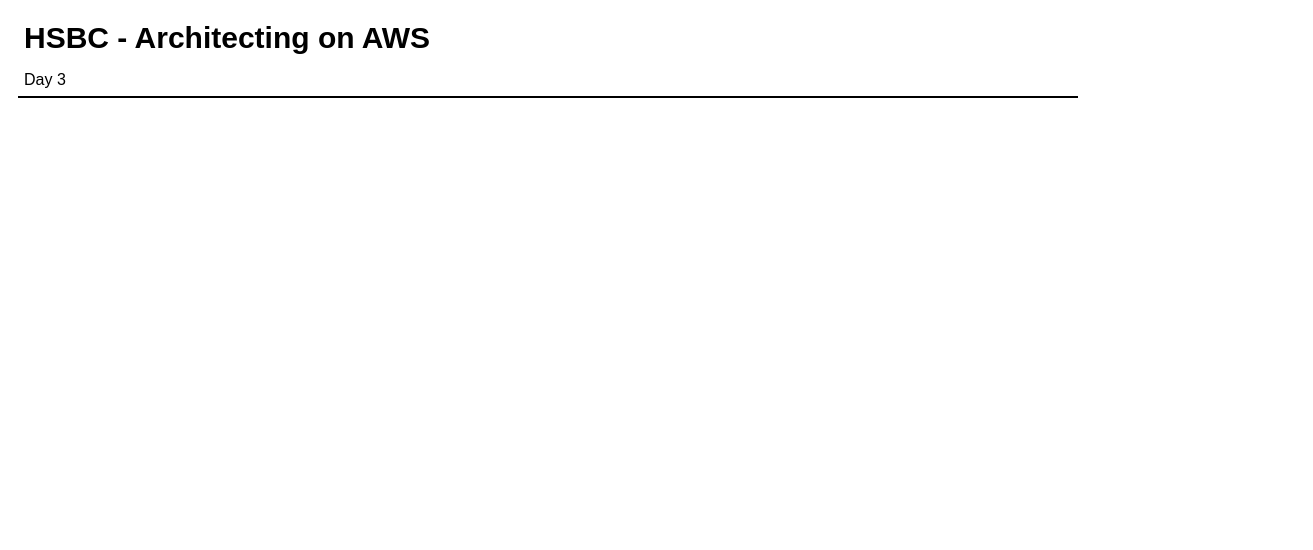
Before: page "Copy of Copy of Copy of Page-2" (5 of 8) of hsbc-day3.drawio in taupoali/awsdiagrams, a draw.io diagram. Source tidied: cells renumbered, new cells numbered last; positions are measured from the earlier drawing's top-left corner, leaving out a move shared by most shapes. Both pictures are drawn from the tidied source at 100%, with x=0, y=0 at pixel (17, 16).
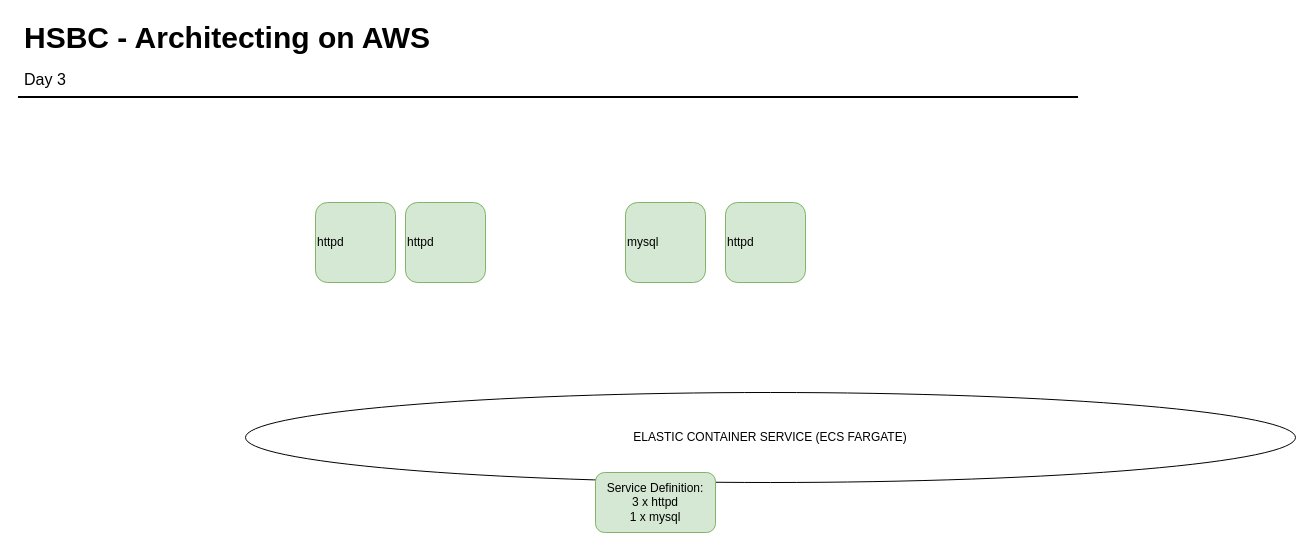
Above is the later version.

Diff of the diagram source:
```diff
@@
 <mxGraphModel>
   <root>
     <mxCell id="0" />
     <mxCell id="1" parent="0" />
+    <mxCell id="5" value="ELASTIC CONTAINER SERVICE (ECS FARGATE)" style="ellipse;whiteSpace=wrap;html=1;align=center;" parent="1" vertex="1">
+      <mxGeometry x="228" y="376" width="1050" height="90" as="geometry" />
+    </mxCell>
     <mxCell id="2" value="HSBC - Architecting on AWS" style="text;html=1;align=left;verticalAlign=top;spacingTop=-4;fontSize=30;fontStyle=1;" parent="1" vertex="1">
       <mxGeometry x="4.5" y="0.5" width="420" height="40" as="geometry" />
     </mxCell>
     <mxCell id="3" value="Day 3" style="text;html=1;align=left;verticalAlign=top;spacingTop=-4;fontSize=16;" parent="1" vertex="1">
       <mxGeometry x="4.5" y="50.5" width="60" height="20" as="geometry" />
     </mxCell>
     <mxCell id="4" style="line;strokeWidth=2;html=1;fontSize=14;" parent="1" vertex="1">
       <mxGeometry x="0.5" y="75.5" width="1060" height="10" as="geometry" />
     </mxCell>
+    <mxCell id="6" value="Service Definition:&lt;br&gt;3 x httpd&lt;br&gt;1 x mysql" style="rounded=1;whiteSpace=wrap;html=1;align=center;fillColor=#d5e8d4;strokeColor=#82b366;" parent="1" vertex="1">
+      <mxGeometry x="578" y="456" width="120" height="60" as="geometry" />
+    </mxCell>
+    <mxCell id="7" value="httpd" style="rounded=1;whiteSpace=wrap;html=1;align=left;fillColor=#d5e8d4;strokeColor=#82b366;" parent="1" vertex="1">
+      <mxGeometry x="298" y="186" width="80" height="80" as="geometry" />
+    </mxCell>
+    <mxCell id="8" value="httpd" style="rounded=1;whiteSpace=wrap;html=1;align=left;fillColor=#d5e8d4;strokeColor=#82b366;" parent="1" vertex="1">
+      <mxGeometry x="388" y="186" width="80" height="80" as="geometry" />
+    </mxCell>
+    <mxCell id="9" value="httpd" style="rounded=1;whiteSpace=wrap;html=1;align=left;fillColor=#d5e8d4;strokeColor=#82b366;" parent="1" vertex="1">
+      <mxGeometry x="708" y="186" width="80" height="80" as="geometry" />
+    </mxCell>
+    <mxCell id="10" value="mysql" style="rounded=1;whiteSpace=wrap;html=1;align=left;fillColor=#d5e8d4;strokeColor=#82b366;" parent="1" vertex="1">
+      <mxGeometry x="608" y="186" width="80" height="80" as="geometry" />
+    </mxCell>
   </root>
 </mxGraphModel>
```
